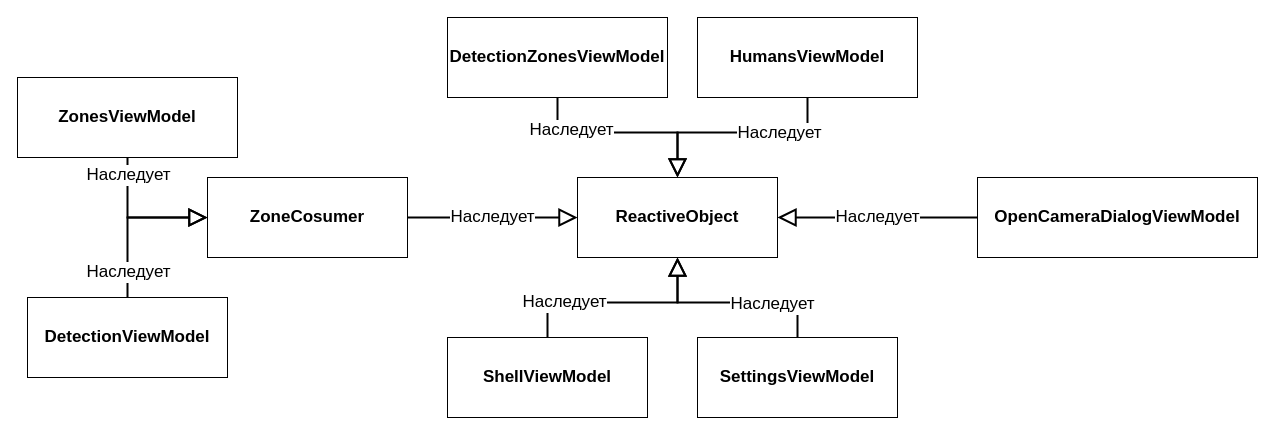
Before: page "ViewModels" (3 of 12) of Engineering/Packets.drawio in GoldGreen/Skeletonization, a draw.io diagram. Source tidied: cells renumbered, new cells numbered last; positions are measured from the earlier drawing's top-left corner, leaving out a move shared by most shapes. Both pictures are drawn from the tidied source at 100%, with x=0, y=0 at pixel (17, 17).
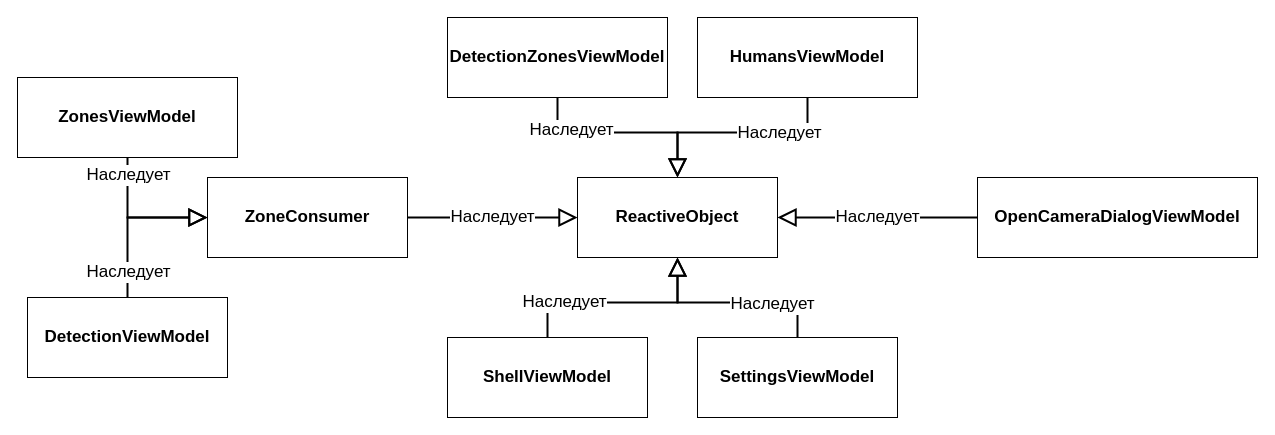
Above is the later version.

What changed in the source:
```diff
@@
-    <mxCell id="6" value="ZoneCosumer" style="rounded=0;whiteSpace=wrap;html=1;fontSize=17;fontStyle=1;" parent="1" vertex="1">
+    <mxCell id="6" value="ZoneConsumer" style="rounded=0;whiteSpace=wrap;html=1;fontSize=17;fontStyle=1;" parent="1" vertex="1">
       <mxGeometry x="190" y="160" width="200" height="80" as="geometry" />
     </mxCell>
```
